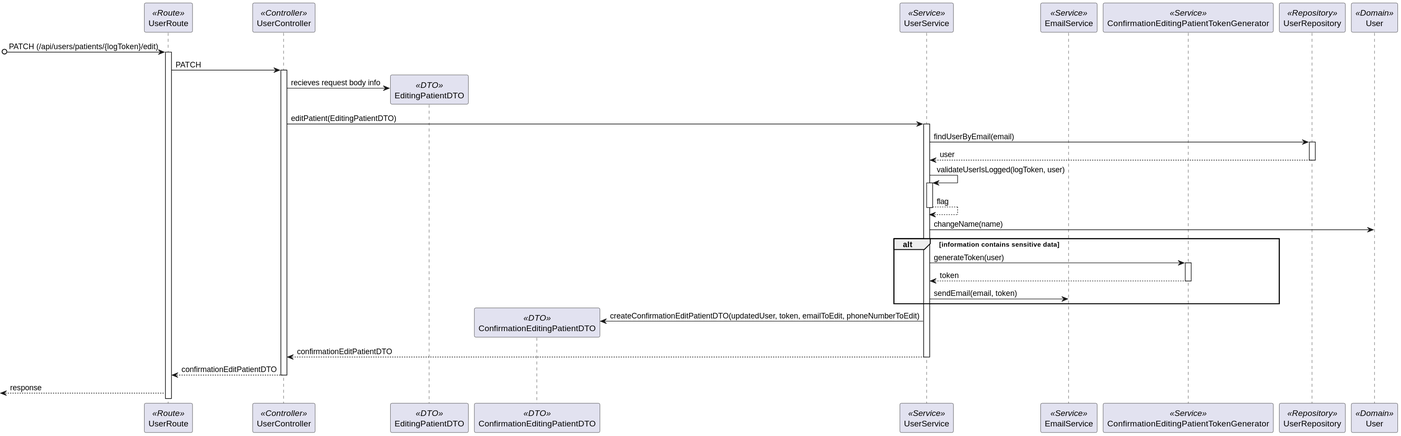
Earlier version of the PlantUML export docs/Sprint_1/US_5.1.4/L3/Process_View_Prior_Confirmation.svg (Rodrick0209/ISEP-SEM5PI-24-25).
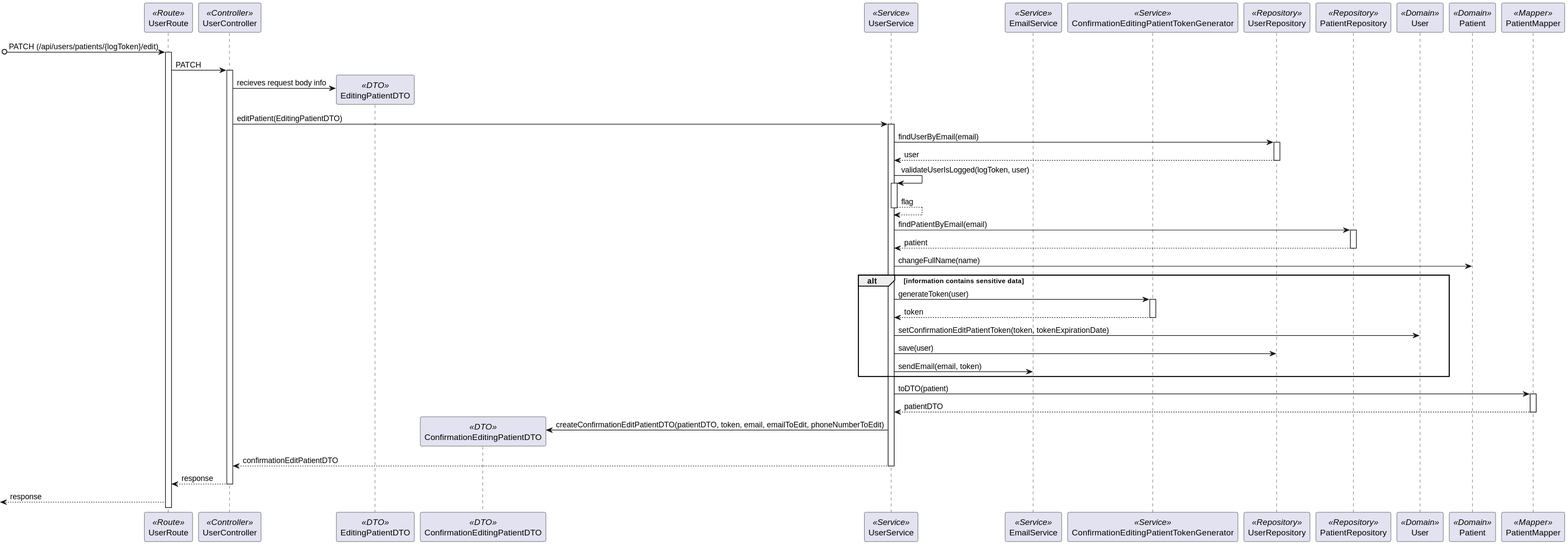
The same diagram one commit later.

Commit message:
US 5.1.4 Design (Level 3 Process View diagrams done)

Diff of the diagram source:
```diff
@@ -7,7 +7,10 @@
 participant EmailService as EmailService <<Service>>
 participant ConfirmationEditingPatientTokenGenerator as TokenGenerator <<Service>>
 participant UserRepository as Repository <<Repository>>
-participant User as Domain <<Domain>>
+participant PatientRepository as PatientRepository <<Repository>>
+participant User as User <<Domain>>
+participant Patient as Patient <<Domain>>
+participant PatientMapper as Mapper <<Mapper>>
 [o-> Route: PATCH (/api/users/patients/{logToken}/edit)
 activate Route
 Route -> Controller : PATCH
@@ -21,15 +24,23 @@
 Service -> Service : validateUserIsLogged(logToken, user)
 activate Service
 return flag
-Service -> Domain : changeName(name)
+Service -> PatientRepository : findPatientByEmail(email)
+activate PatientRepository
+return patient
+Service -> Patient : changeFullName(name)
 alt information contains sensitive data
 Service -> TokenGenerator : generateToken(user)
 activate TokenGenerator
 return token
+Service -> User : setConfirmationEditPatientToken(token, tokenExpirationDate)
+Service -> Repository : save(user)
 Service -> EmailService : sendEmail(email, token)
 end
-Service -> ConfirmationDTO** : createConfirmationEditPatientDTO(updatedUser, token, emailToEdit, phoneNumberToEdit)
+Service -> Mapper : toDTO(patient)
+activate Mapper
+return patientDTO
+Service -> ConfirmationDTO** : createConfirmationEditPatientDTO(patientDTO, token, email, emailToEdit, phoneNumberToEdit)
 return confirmationEditPatientDTO
-return confirmationEditPatientDTO
+return response
 <-- Route : response
 @enduml
```
